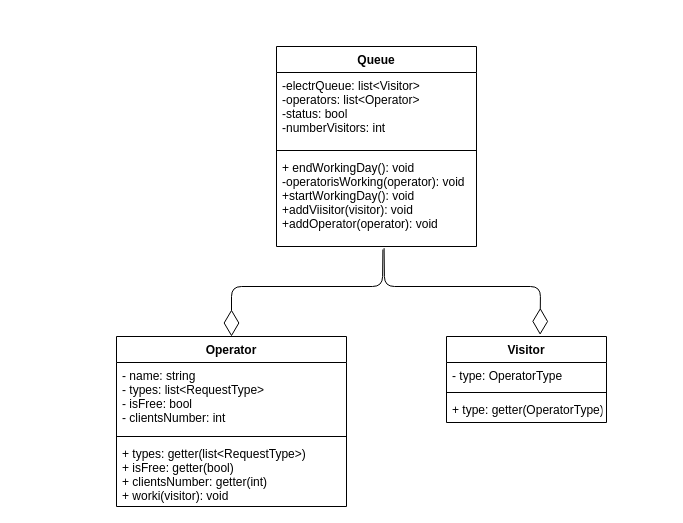
Earlier version of the draw.io diagram 3/draw.drawio (Gremlinden/OOP). Source tidied: cells renumbered, new cells numbered last; positions are measured from the earlier drawing's top-left corner, leaving out a move shared by most shapes. Both pictures are drawn from the tidied source at 100%, with x=0, y=0 at pixel (116, 46).
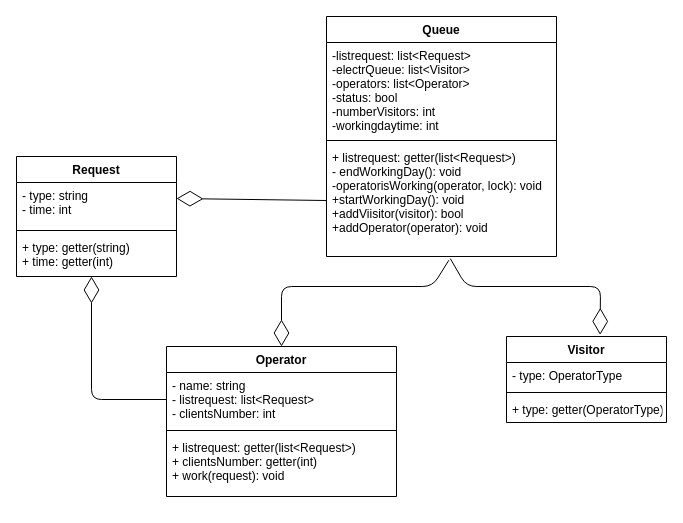
After the change.

Diff of the diagram source:
```diff
@@
     <mxCell id="2" value="Queue" style="swimlane;fontStyle=1;align=center;verticalAlign=top;horizontal=1;startSize=26;" parent="1" vertex="1">
-      <mxGeometry x="160" width="200" height="200" as="geometry" />
+      <mxGeometry x="210" y="-30" width="230" height="240" as="geometry" />
     </mxCell>
-    <mxCell id="3" value="-electrQueue: list&lt;Visitor&gt;&#10;-operators: list&lt;Operator&gt;&#10;-status: bool&#10;-numberVisitors: int" style="text;strokeColor=none;fillColor=none;align=left;verticalAlign=top;spacingLeft=4;spacingRight=4;overflow=hidden;" parent="2" vertex="1">
-      <mxGeometry y="26" width="200" height="74" as="geometry" />
+    <mxCell id="3" value="-listrequest: list&lt;Request&gt;&#10;-electrQueue: list&lt;Visitor&gt;&#10;-operators: list&lt;Operator&gt;&#10;-status: bool&#10;-numberVisitors: int&#10;-workingdaytime: int" style="text;strokeColor=none;fillColor=none;align=left;verticalAlign=top;spacingLeft=4;spacingRight=4;overflow=hidden;" parent="2" vertex="1">
+      <mxGeometry y="26" width="230" height="94" as="geometry" />
     </mxCell>
     <mxCell id="4" style="line;strokeWidth=1;fillColor=none;align=left;verticalAlign=middle;spacingTop=-1;spacingLeft=3;spacingRight=3;labelPosition=right;" parent="2" vertex="1">
-      <mxGeometry y="100" width="200" height="8" as="geometry" />
+      <mxGeometry y="120" width="230" height="8" as="geometry" />
     </mxCell>
-    <mxCell id="5" value="+ endWorkingDay(): void&#10;-operatorisWorking(operator): void&#10;+startWorkingDay(): void&#10;+addViisitor(visitor): void&#10;+addOperator(operator): void" style="text;strokeColor=none;fillColor=none;align=left;verticalAlign=top;spacingLeft=4;spacingRight=4;overflow=hidden;points=[[0,0.5],[1,0.5]];portConstraint=eastwest;" parent="2" vertex="1">
-      <mxGeometry y="108" width="200" height="92" as="geometry" />
+    <mxCell id="5" value="+ listrequest: getter(list&lt;Request&gt;)&#10;- endWorkingDay(): void&#10;-operatorisWorking(operator, lock): void&#10;+startWorkingDay(): void&#10;+addViisitor(visitor): bool&#10;+addOperator(operator): void&#10;" style="text;strokeColor=none;fillColor=none;align=left;verticalAlign=top;spacingLeft=4;spacingRight=4;overflow=hidden;points=[[0,0.5],[1,0.5]];portConstraint=eastwest;" parent="2" vertex="1">
+      <mxGeometry y="128" width="230" height="112" as="geometry" />
     </mxCell>
     <mxCell id="6" value="Operator" style="swimlane;fontStyle=1;align=center;verticalAlign=top;horizontal=1;startSize=26;" parent="1" vertex="1">
-      <mxGeometry y="290" width="230" height="170" as="geometry" />
+      <mxGeometry x="50" y="300" width="230" height="150" as="geometry" />
     </mxCell>
-    <mxCell id="7" value="- name: string&#10;- types: list&lt;RequestType&gt;&#10;- isFree: bool&#10;- clientsNumber: int" style="text;strokeColor=none;fillColor=none;align=left;verticalAlign=top;spacingLeft=4;spacingRight=4;overflow=hidden;points=[[0,0.5],[1,0.5]];portConstraint=eastwest;" parent="6" vertex="1">
-      <mxGeometry y="26" width="230" height="70" as="geometry" />
+    <mxCell id="7" value="- name: string&#10;- listrequest: list&lt;Request&gt;&#10;- clientsNumber: int" style="text;strokeColor=none;fillColor=none;align=left;verticalAlign=top;spacingLeft=4;spacingRight=4;overflow=hidden;points=[[0,0.5],[1,0.5]];portConstraint=eastwest;" parent="6" vertex="1">
+      <mxGeometry y="26" width="230" height="54" as="geometry" />
     </mxCell>
     <mxCell id="8" style="line;strokeWidth=1;fillColor=none;align=left;verticalAlign=middle;spacingTop=-1;spacingLeft=3;spacingRight=3;labelPosition=right;" parent="6" vertex="1">
-      <mxGeometry y="96" width="230" height="8" as="geometry" />
+      <mxGeometry y="80" width="230" height="8" as="geometry" />
     </mxCell>
-    <mxCell id="9" value="+ types: getter(list&lt;RequestType&gt;)&#10;+ isFree: getter(bool)&#10;+ clientsNumber: getter(int)&#10;+ worki(visitor): void" style="text;strokeColor=none;fillColor=none;align=left;verticalAlign=top;spacingLeft=4;spacingRight=4;overflow=hidden;" parent="6" vertex="1">
-      <mxGeometry y="104" width="230" height="66" as="geometry" />
+    <mxCell id="9" value="+ listrequest: getter(list&lt;Request&gt;)&#10;+ clientsNumber: getter(int)&#10;+ work(request): void" style="text;strokeColor=none;fillColor=none;align=left;verticalAlign=top;spacingLeft=4;spacingRight=4;overflow=hidden;" parent="6" vertex="1">
+      <mxGeometry y="88" width="230" height="62" as="geometry" />
     </mxCell>
     <mxCell id="10" value="Visitor" style="swimlane;fontStyle=1;align=center;verticalAlign=top;horizontal=1;startSize=26;" parent="1" vertex="1">
-      <mxGeometry x="330" y="290" width="160" height="86" as="geometry" />
+      <mxGeometry x="390" y="290" width="160" height="86" as="geometry" />
     </mxCell>
@@
     <mxCell id="14" style="endArrow=diamondThin;endFill=0;endSize=24;html=1;exitX=0.538;exitY=1.018;exitDx=0;exitDy=0;exitPerimeter=0;entryX=0.585;entryY=-0.019;entryDx=0;entryDy=0;entryPerimeter=0;" parent="1" edge="1" source="5" target="10">
       <mxGeometry relative="1" as="geometry">
         <Array as="points">
-          <mxPoint x="268" y="240" />
-          <mxPoint x="424" y="240" />
+          <mxPoint x="350" y="240" />
+          <mxPoint x="484" y="240" />
         </Array>
       </mxGeometry>
     </mxCell>
     <mxCell id="15" style="endArrow=diamondThin;endFill=0;endSize=24;html=1;exitX=0.532;exitY=1.033;exitDx=0;exitDy=0;exitPerimeter=0;entryX=0.5;entryY=0;entryDx=0;entryDy=0;" parent="1" edge="1" source="5" target="6">
       <mxGeometry relative="1" as="geometry">
         <Array as="points">
-          <mxPoint x="266" y="240" />
-          <mxPoint x="115" y="240" />
+          <mxPoint x="316" y="240" />
+          <mxPoint x="165" y="240" />
         </Array>
       </mxGeometry>
     </mxCell>
+    <mxCell id="16" value="Request" style="swimlane;fontStyle=1;align=center;verticalAlign=top;horizontal=1;startSize=26;" parent="1" vertex="1">
+      <mxGeometry x="-100" y="110" width="160" height="120" as="geometry" />
+    </mxCell>
+    <mxCell id="17" value="- type: string&#10;- time: int" style="text;strokeColor=none;fillColor=none;align=left;verticalAlign=top;spacingLeft=4;spacingRight=4;overflow=hidden;" parent="16" vertex="1">
+      <mxGeometry y="26" width="160" height="44" as="geometry" />
+    </mxCell>
+    <mxCell id="18" style="line;strokeWidth=1;fillColor=none;align=left;verticalAlign=middle;spacingTop=-1;spacingLeft=3;spacingRight=3;labelPosition=right;" parent="16" vertex="1">
+      <mxGeometry y="70" width="160" height="8" as="geometry" />
+    </mxCell>
+    <mxCell id="19" value="+ type: getter(string)&#10;+ time: getter(int)" style="text;strokeColor=none;fillColor=none;align=left;verticalAlign=top;spacingLeft=4;spacingRight=4;overflow=hidden;" parent="16" vertex="1">
+      <mxGeometry y="78" width="160" height="42" as="geometry" />
+    </mxCell>
+    <mxCell id="20" style="endArrow=diamondThin;endFill=0;endSize=24;html=1;exitX=0;exitY=0.5;exitDx=0;exitDy=0;" parent="1" edge="1" source="5">
+      <mxGeometry relative="1" as="geometry">
+        <mxPoint x="60" y="152" as="targetPoint" />
+      </mxGeometry>
+    </mxCell>
+    <mxCell id="21" style="endArrow=diamondThin;endFill=0;endSize=24;html=1;exitX=0;exitY=0.5;exitDx=0;exitDy=0;" parent="1" edge="1" source="7">
+      <mxGeometry relative="1" as="geometry">
+        <mxPoint x="-25" y="230" as="targetPoint" />
+        <Array as="points">
+          <mxPoint x="-25" y="353" />
+        </Array>
+      </mxGeometry>
+    </mxCell>
```
